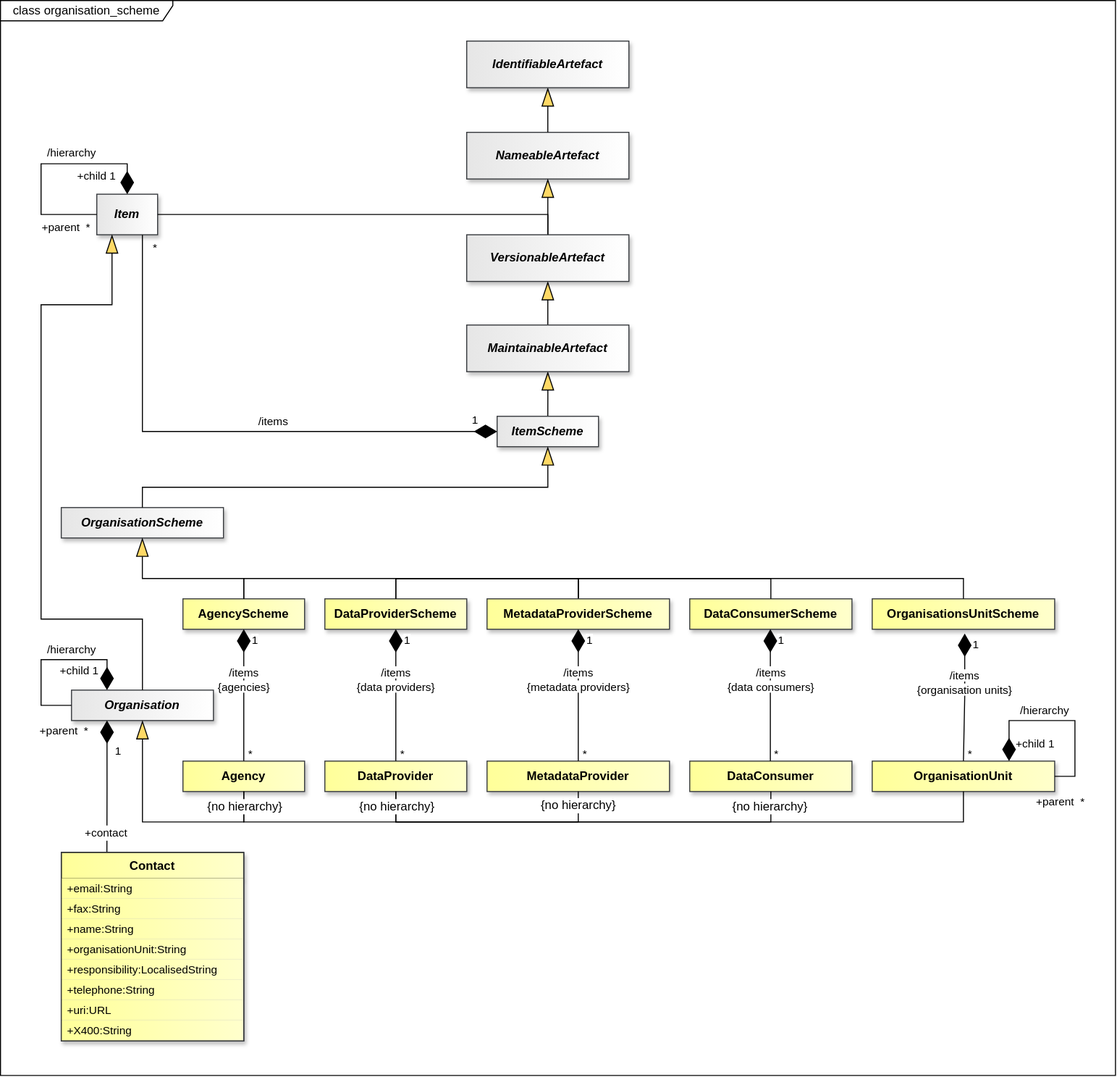
This is docs/information_model/media/sdmx_base-organisation_scheme.svg from sdmx-twg/sdmx-im, a draw.io export, as it was before one commit. Source tidied: cells renumbered, new cells last; positions are measured from the earlier drawing's top-left corner, leaving out a move shared by most shapes.
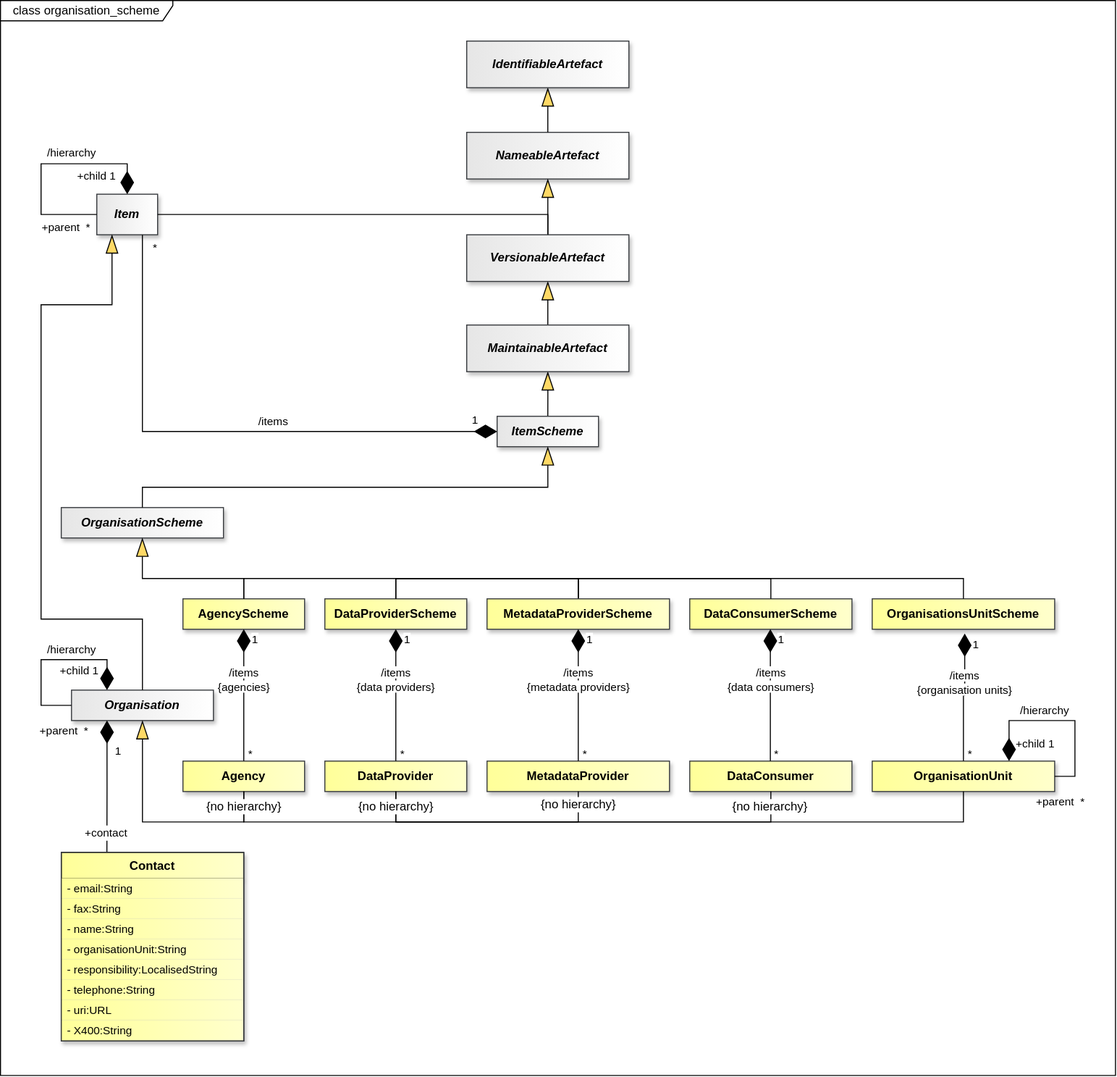
The same diagram one commit later.

Change to the diagram source:
```diff
@@ -404,28 +404,28 @@
     <mxCell id="88" value="Contact" style="swimlane;fontStyle=1;align=center;verticalAlign=top;horizontal=1;startSize=26;whiteSpace=wrap;html=1;fillColor=light-dark(#FFFF99,#FFFF99);strokeColor=light-dark(#000000,#000000);gradientDirection=east;swimlaneLine=1;fontColor=light-dark(#000000,#000000);labelBackgroundColor=none;textShadow=0;gradientColor=light-dark(#FFFFCC,#FFFFCC);shadow=1;" parent="1" vertex="1">
       <mxGeometry x="60" y="840" width="180" height="186" as="geometry" />
     </mxCell>
-    <mxCell id="89" value="+email:String" style="text;strokeColor=none;fillColor=light-dark(#FFFF99,#FFFF99);align=left;verticalAlign=middle;spacingLeft=4;spacingRight=4;overflow=hidden;whiteSpace=wrap;html=1;fontSize=11;gradientColor=light-dark(#FFFFCC,#FFFFCC);gradientDirection=east;fontColor=light-dark(#000000,#000000);strokeWidth=0;shadow=1;" parent="88" vertex="1">
+    <mxCell id="89" value="- email:String" style="text;strokeColor=none;fillColor=light-dark(#FFFF99,#FFFF99);align=left;verticalAlign=middle;spacingLeft=4;spacingRight=4;overflow=hidden;whiteSpace=wrap;html=1;fontSize=11;gradientColor=light-dark(#FFFFCC,#FFFFCC);gradientDirection=east;fontColor=light-dark(#000000,#000000);strokeWidth=0;shadow=1;" parent="88" vertex="1">
       <mxGeometry y="26" width="180" height="20" as="geometry" />
     </mxCell>
-    <mxCell id="90" value="+fax:String" style="text;strokeColor=none;fillColor=light-dark(#FFFF99,#FFFF99);align=left;verticalAlign=middle;spacingLeft=4;spacingRight=4;overflow=hidden;whiteSpace=wrap;html=1;fontSize=11;gradientColor=light-dark(#FFFFCC,#FFFFCC);gradientDirection=east;fontColor=light-dark(#000000,#000000);strokeWidth=0;shadow=1;" parent="88" vertex="1">
+    <mxCell id="90" value="- fax:String" style="text;strokeColor=none;fillColor=light-dark(#FFFF99,#FFFF99);align=left;verticalAlign=middle;spacingLeft=4;spacingRight=4;overflow=hidden;whiteSpace=wrap;html=1;fontSize=11;gradientColor=light-dark(#FFFFCC,#FFFFCC);gradientDirection=east;fontColor=light-dark(#000000,#000000);strokeWidth=0;shadow=1;" parent="88" vertex="1">
       <mxGeometry y="46" width="180" height="20" as="geometry" />
     </mxCell>
-    <mxCell id="91" value="+name:String" style="text;strokeColor=none;fillColor=light-dark(#FFFF99,#FFFF99);align=left;verticalAlign=middle;spacingLeft=4;spacingRight=4;overflow=hidden;whiteSpace=wrap;html=1;fontSize=11;gradientColor=light-dark(#FFFFCC,#FFFFCC);gradientDirection=east;fontColor=light-dark(#000000,#000000);strokeWidth=0;shadow=1;" parent="88" vertex="1">
+    <mxCell id="91" value="- name:String" style="text;strokeColor=none;fillColor=light-dark(#FFFF99,#FFFF99);align=left;verticalAlign=middle;spacingLeft=4;spacingRight=4;overflow=hidden;whiteSpace=wrap;html=1;fontSize=11;gradientColor=light-dark(#FFFFCC,#FFFFCC);gradientDirection=east;fontColor=light-dark(#000000,#000000);strokeWidth=0;shadow=1;" parent="88" vertex="1">
       <mxGeometry y="66" width="180" height="20" as="geometry" />
     </mxCell>
-    <mxCell id="92" value="+organisationUnit:String" style="text;strokeColor=none;fillColor=light-dark(#FFFF99,#FFFF99);align=left;verticalAlign=middle;spacingLeft=4;spacingRight=4;overflow=hidden;whiteSpace=wrap;html=1;fontSize=11;gradientColor=light-dark(#FFFFCC,#FFFFCC);gradientDirection=east;fontColor=light-dark(#000000,#000000);strokeWidth=0;shadow=1;" parent="88" vertex="1">
+    <mxCell id="92" value="- organisationUnit:String" style="text;strokeColor=none;fillColor=light-dark(#FFFF99,#FFFF99);align=left;verticalAlign=middle;spacingLeft=4;spacingRight=4;overflow=hidden;whiteSpace=wrap;html=1;fontSize=11;gradientColor=light-dark(#FFFFCC,#FFFFCC);gradientDirection=east;fontColor=light-dark(#000000,#000000);strokeWidth=0;shadow=1;" parent="88" vertex="1">
       <mxGeometry y="86" width="180" height="20" as="geometry" />
     </mxCell>
-    <mxCell id="93" value="+responsibility:LocalisedString" style="text;strokeColor=none;fillColor=light-dark(#FFFF99,#FFFF99);align=left;verticalAlign=middle;spacingLeft=4;spacingRight=4;overflow=hidden;whiteSpace=wrap;html=1;fontSize=11;gradientColor=light-dark(#FFFFCC,#FFFFCC);gradientDirection=east;fontColor=light-dark(#000000,#000000);strokeWidth=0;shadow=1;" parent="88" vertex="1">
+    <mxCell id="93" value="- responsibility:LocalisedString" style="text;strokeColor=none;fillColor=light-dark(#FFFF99,#FFFF99);align=left;verticalAlign=middle;spacingLeft=4;spacingRight=4;overflow=hidden;whiteSpace=wrap;html=1;fontSize=11;gradientColor=light-dark(#FFFFCC,#FFFFCC);gradientDirection=east;fontColor=light-dark(#000000,#000000);strokeWidth=0;shadow=1;" parent="88" vertex="1">
       <mxGeometry y="106" width="180" height="20" as="geometry" />
     </mxCell>
-    <mxCell id="94" value="+telephone:String" style="text;strokeColor=none;fillColor=light-dark(#FFFF99,#FFFF99);align=left;verticalAlign=middle;spacingLeft=4;spacingRight=4;overflow=hidden;whiteSpace=wrap;html=1;fontSize=11;gradientColor=light-dark(#FFFFCC,#FFFFCC);gradientDirection=east;fontColor=light-dark(#000000,#000000);strokeWidth=0;shadow=1;" parent="88" vertex="1">
+    <mxCell id="94" value="- telephone:String" style="text;strokeColor=none;fillColor=light-dark(#FFFF99,#FFFF99);align=left;verticalAlign=middle;spacingLeft=4;spacingRight=4;overflow=hidden;whiteSpace=wrap;html=1;fontSize=11;gradientColor=light-dark(#FFFFCC,#FFFFCC);gradientDirection=east;fontColor=light-dark(#000000,#000000);strokeWidth=0;shadow=1;" parent="88" vertex="1">
       <mxGeometry y="126" width="180" height="20" as="geometry" />
     </mxCell>
-    <mxCell id="95" value="+uri:URL" style="text;strokeColor=none;fillColor=light-dark(#FFFF99,#FFFF99);align=left;verticalAlign=middle;spacingLeft=4;spacingRight=4;overflow=hidden;whiteSpace=wrap;html=1;fontSize=11;gradientColor=light-dark(#FFFFCC,#FFFFCC);gradientDirection=east;fontColor=light-dark(#000000,#000000);strokeWidth=0;shadow=1;" parent="88" vertex="1">
+    <mxCell id="95" value="- uri:URL" style="text;strokeColor=none;fillColor=light-dark(#FFFF99,#FFFF99);align=left;verticalAlign=middle;spacingLeft=4;spacingRight=4;overflow=hidden;whiteSpace=wrap;html=1;fontSize=11;gradientColor=light-dark(#FFFFCC,#FFFFCC);gradientDirection=east;fontColor=light-dark(#000000,#000000);strokeWidth=0;shadow=1;" parent="88" vertex="1">
       <mxGeometry y="146" width="180" height="20" as="geometry" />
     </mxCell>
-    <mxCell id="96" value="+X400:String" style="text;strokeColor=none;fillColor=light-dark(#FFFF99,#FFFF99);align=left;verticalAlign=middle;spacingLeft=4;spacingRight=4;overflow=hidden;whiteSpace=wrap;html=1;fontSize=11;gradientColor=light-dark(#FFFFCC,#FFFFCC);gradientDirection=east;fontColor=light-dark(#000000,#000000);strokeWidth=0;shadow=1;" parent="88" vertex="1">
+    <mxCell id="96" value="- X400:String" style="text;strokeColor=none;fillColor=light-dark(#FFFF99,#FFFF99);align=left;verticalAlign=middle;spacingLeft=4;spacingRight=4;overflow=hidden;whiteSpace=wrap;html=1;fontSize=11;gradientColor=light-dark(#FFFFCC,#FFFFCC);gradientDirection=east;fontColor=light-dark(#000000,#000000);strokeWidth=0;shadow=1;" parent="88" vertex="1">
       <mxGeometry y="166" width="180" height="20" as="geometry" />
     </mxCell>
     <mxCell id="97" value="IdentifiableArtefact" style="whiteSpace=wrap;html=1;verticalAlign=middle;gradientDirection=east;imageVerticalAlign=top;fontStyle=3;fillColor=light-dark(#E6E6E6,#E6E6E6);strokeColor=#36393d;fontColor=light-dark(#000000,#000000);gradientColor=light-dark(#FFFFFF,#FFFFFF);shadow=1;" parent="1" vertex="1">
```
